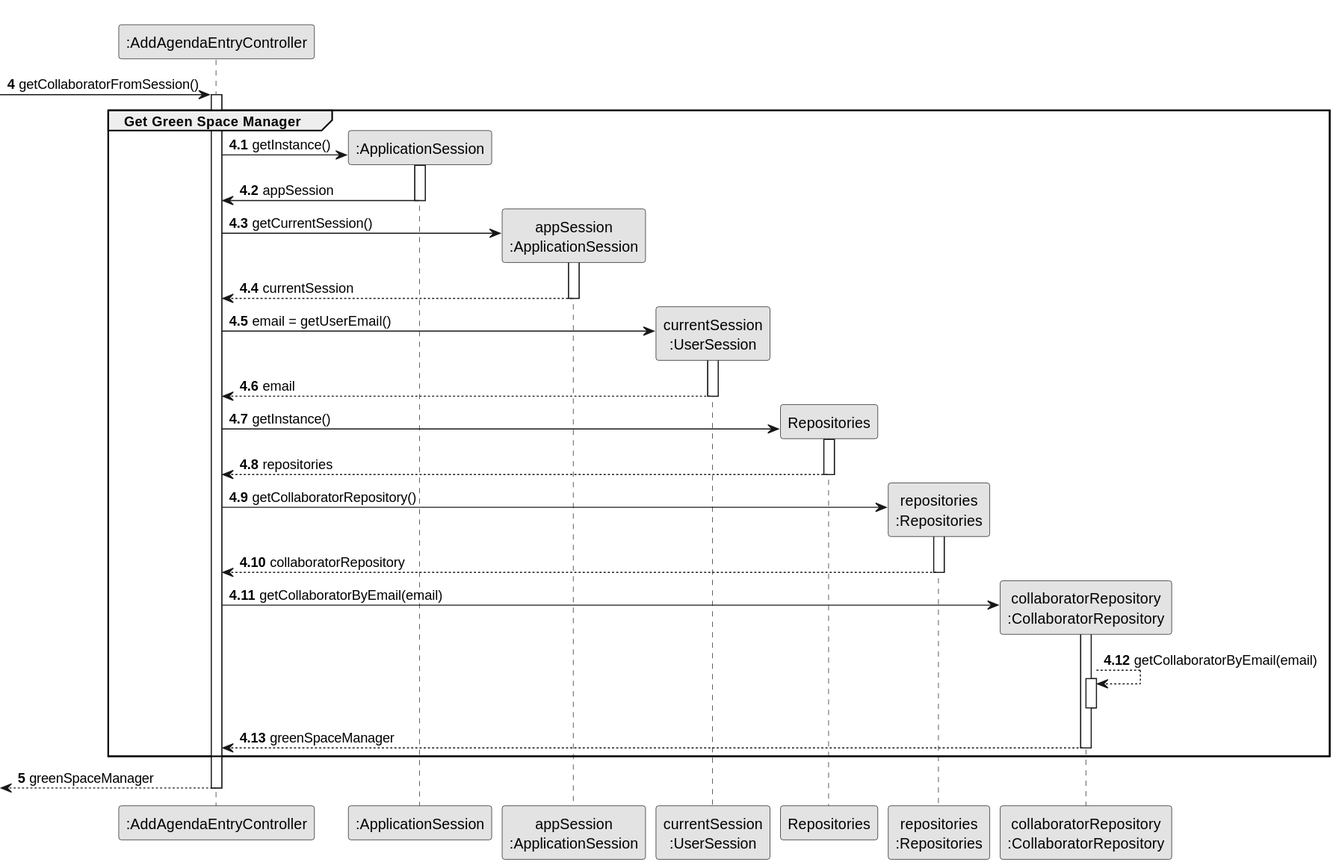
diogoveirospro/lei-24-s2-1dg-g072 keeps this PlantUML diagram as docs/sprintC/us022/03.design/svg/us022-sequence-diagram-partial-get-green-space-manager.svg. Above is the earlier version.
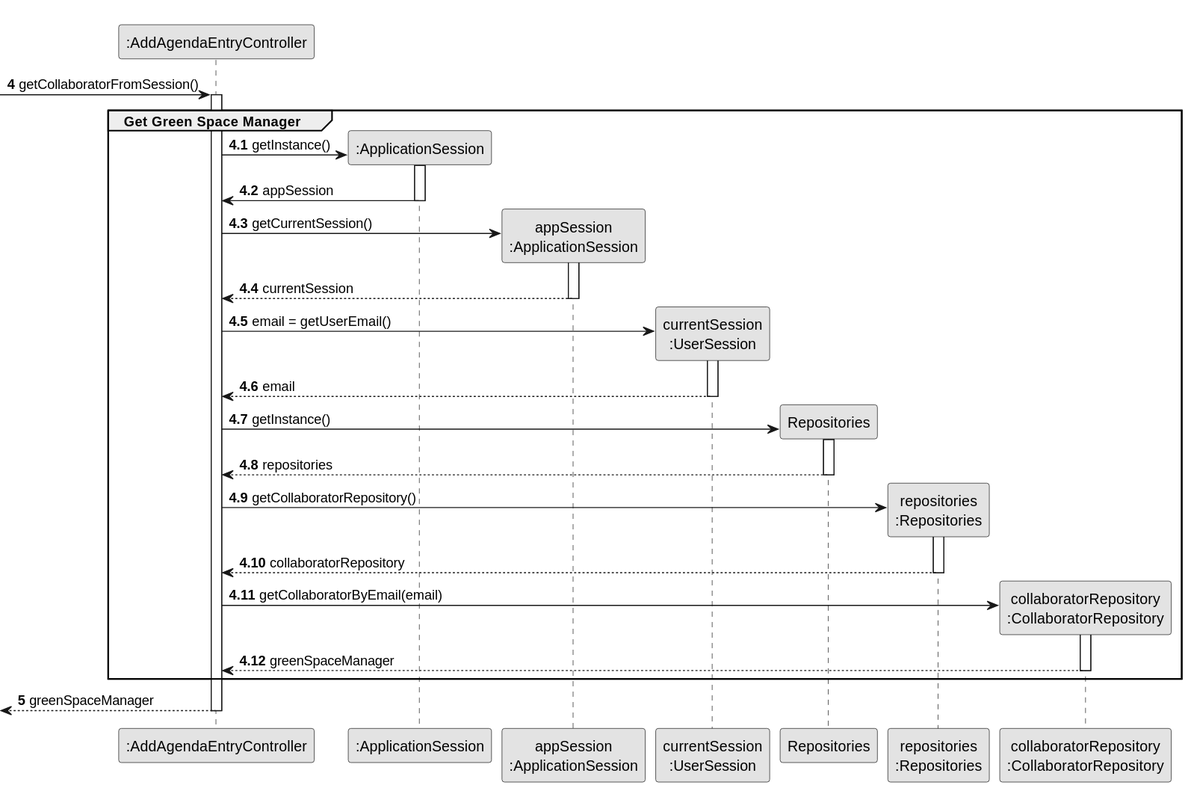
Above is the later version.

Change to the diagram source:
```diff
@@ -51,10 +51,6 @@
            CTRL -> COLLABORATORREPOSITORY** : getCollaboratorByEmail(email)
            activate COLLABORATORREPOSITORY
 
-                 COLLABORATORREPOSITORY --> COLLABORATORREPOSITORY: getCollaboratorByEmail(email)
-                 activate COLLABORATORREPOSITORY
-                 deactivate COLLABORATORREPOSITORY
-
                  COLLABORATORREPOSITORY --> CTRL: greenSpaceManager
            deactivate COLLABORATORREPOSITORY
 
```
